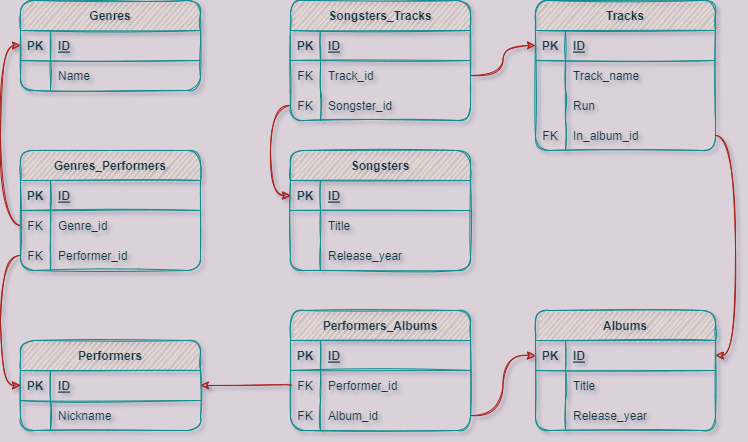
Before: HW-2.drawio.png, a diagram exported from draw.io (clot-of-stone/SQL-homeworks). Source tidied: cells renumbered, new cells last; positions are measured from the earlier drawing's top-left corner, leaving out a move shared by most shapes.
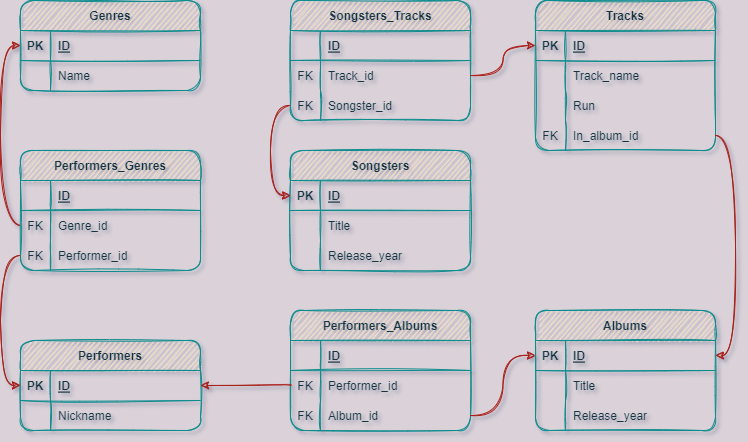
Above is the later version.

Change to the diagram source:
```diff
@@ -143,13 +143,13 @@
     <mxCell id="48" value="Release_year" style="shape=partialRectangle;fillColor=none;top=0;left=0;bottom=0;right=0;align=left;spacingLeft=6;overflow=hidden;rounded=1;sketch=1;strokeColor=#0F8B8D;fontColor=#143642;" parent="46" vertex="1">
       <mxGeometry x="30" width="150" height="30" as="geometry" />
     </mxCell>
-    <mxCell id="49" value="Genres_Performers" style="shape=table;startSize=30;rowLines=0;fontStyle=1;align=center;rounded=1;sketch=1;fillColor=#FAE5C7;strokeColor=#0F8B8D;fontColor=#143642;" parent="1" vertex="1">
+    <mxCell id="49" value="Performers_Genres" style="shape=table;startSize=30;rowLines=0;fontStyle=1;align=center;rounded=1;sketch=1;fillColor=#FAE5C7;strokeColor=#0F8B8D;fontColor=#143642;" parent="1" vertex="1">
       <mxGeometry y="150" width="180" height="120" as="geometry" />
     </mxCell>
     <mxCell id="50" style="shape=tableRow;horizontal=0;startSize=0;swimlaneHead=0;swimlaneBody=0;fillColor=none;top=0;left=0;right=0;bottom=1;rounded=1;sketch=1;strokeColor=#0F8B8D;fontColor=#143642;" parent="49" vertex="1">
       <mxGeometry y="30" width="180" height="30" as="geometry" />
     </mxCell>
-    <mxCell id="51" value="PK" style="shape=partialRectangle;fillColor=none;top=0;left=0;bottom=0;right=0;fontStyle=1;overflow=hidden;rounded=1;sketch=1;strokeColor=#0F8B8D;fontColor=#143642;" parent="50" vertex="1">
+    <mxCell id="51" style="shape=partialRectangle;fillColor=none;top=0;left=0;bottom=0;right=0;fontStyle=1;overflow=hidden;rounded=1;sketch=1;strokeColor=#0F8B8D;fontColor=#143642;" parent="50" vertex="1">
       <mxGeometry width="30" height="30" as="geometry" />
     </mxCell>
     <mxCell id="52" value="ID" style="shape=partialRectangle;fillColor=none;top=0;left=0;bottom=0;right=0;align=left;spacingLeft=6;fontStyle=5;overflow=hidden;rounded=1;sketch=1;strokeColor=#0F8B8D;fontColor=#143642;" parent="50" vertex="1">
@@ -179,7 +179,7 @@
     <mxCell id="60" style="shape=tableRow;horizontal=0;startSize=0;swimlaneHead=0;swimlaneBody=0;fillColor=none;top=0;left=0;right=0;bottom=1;rounded=1;sketch=1;strokeColor=#0F8B8D;fontColor=#143642;" parent="59" vertex="1">
       <mxGeometry y="30" width="180" height="30" as="geometry" />
     </mxCell>
-    <mxCell id="61" value="PK" style="shape=partialRectangle;fillColor=none;top=0;left=0;bottom=0;right=0;fontStyle=1;overflow=hidden;rounded=1;sketch=1;strokeColor=#0F8B8D;fontColor=#143642;" parent="60" vertex="1">
+    <mxCell id="61" style="shape=partialRectangle;fillColor=none;top=0;left=0;bottom=0;right=0;fontStyle=1;overflow=hidden;rounded=1;sketch=1;strokeColor=#0F8B8D;fontColor=#143642;" parent="60" vertex="1">
       <mxGeometry width="30" height="30" as="geometry" />
     </mxCell>
     <mxCell id="62" value="ID" style="shape=partialRectangle;fillColor=none;top=0;left=0;bottom=0;right=0;align=left;spacingLeft=6;fontStyle=5;overflow=hidden;rounded=1;sketch=1;strokeColor=#0F8B8D;fontColor=#143642;" parent="60" vertex="1">
@@ -209,7 +209,7 @@
     <mxCell id="70" style="shape=tableRow;horizontal=0;startSize=0;swimlaneHead=0;swimlaneBody=0;fillColor=none;top=0;left=0;right=0;bottom=1;rounded=1;sketch=1;strokeColor=#0F8B8D;fontColor=#143642;" parent="69" vertex="1">
       <mxGeometry y="30" width="180" height="30" as="geometry" />
     </mxCell>
-    <mxCell id="71" value="PK" style="shape=partialRectangle;fillColor=none;top=0;left=0;bottom=0;right=0;fontStyle=1;overflow=hidden;rounded=1;sketch=1;strokeColor=#0F8B8D;fontColor=#143642;" parent="70" vertex="1">
+    <mxCell id="71" style="shape=partialRectangle;fillColor=none;top=0;left=0;bottom=0;right=0;fontStyle=1;overflow=hidden;rounded=1;sketch=1;strokeColor=#0F8B8D;fontColor=#143642;" parent="70" vertex="1">
       <mxGeometry width="30" height="30" as="geometry" />
     </mxCell>
     <mxCell id="72" value="ID" style="shape=partialRectangle;fillColor=none;top=0;left=0;bottom=0;right=0;align=left;spacingLeft=6;fontStyle=5;overflow=hidden;rounded=1;sketch=1;strokeColor=#0F8B8D;fontColor=#143642;" parent="70" vertex="1">
```
